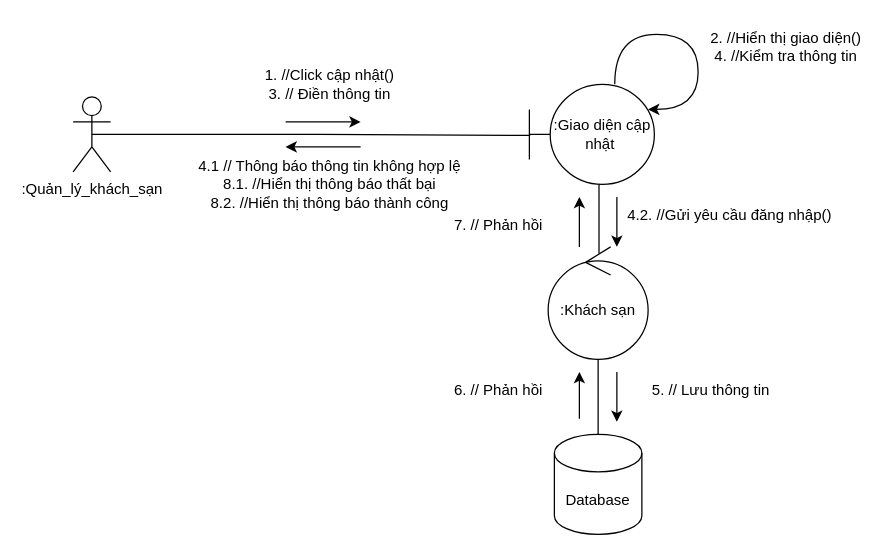
Before: hotel_collab.drawio in tenmo2003/OOAD, a draw.io diagram. Source tidied: cells renumbered, new cells numbered last; positions are measured from the earlier drawing's top-left corner, leaving out a move shared by most shapes. Both pictures are drawn from the tidied source at 125%, with x=0, y=0 at pixel (72, 21).
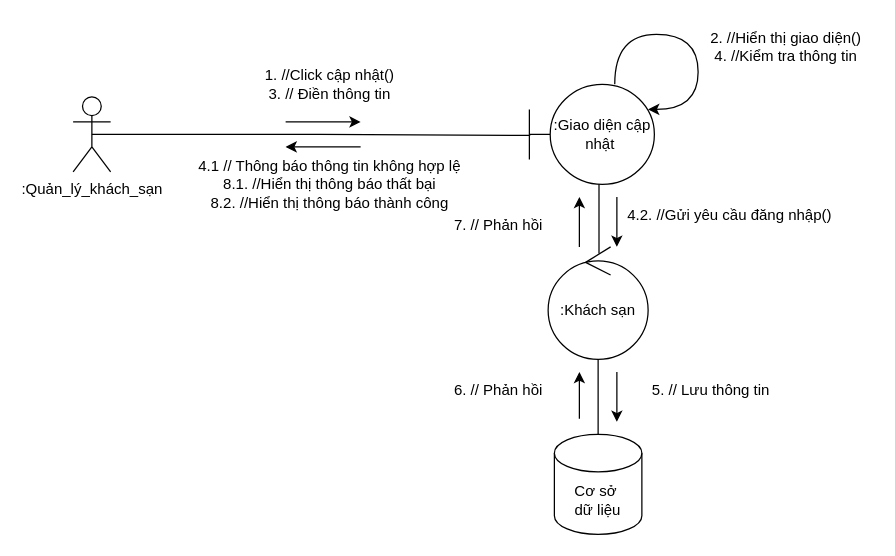
After the change.

What changed in the source:
```diff
@@
-    <mxCell id="7" value="Database" style="shape=cylinder3;whiteSpace=wrap;html=1;boundedLbl=1;backgroundOutline=1;size=15;" parent="1" vertex="1">
+    <mxCell id="7" value="&lt;span id=&quot;selected_text&quot;&gt;&lt;/span&gt;&lt;span id=&quot;selected_text&quot;&gt;&lt;/span&gt;Cơ sở&amp;nbsp;&lt;div&gt;dữ liệu&lt;/div&gt;" style="shape=cylinder3;whiteSpace=wrap;html=1;boundedLbl=1;backgroundOutline=1;size=15;" parent="1" vertex="1">
       <mxGeometry x="385" y="330" width="70" height="80" as="geometry" />
     </mxCell>
```
